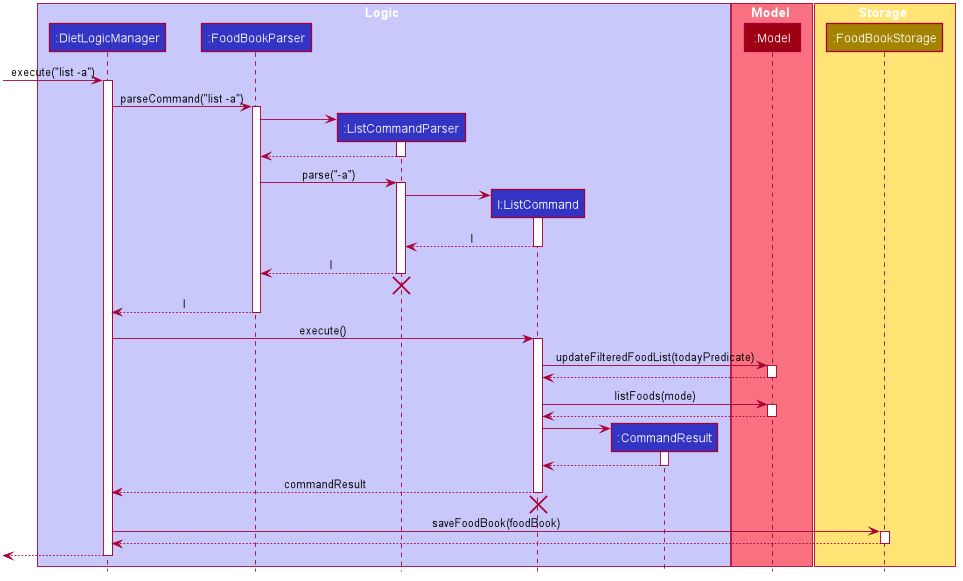
The PlantUML diagram images/DietTrackerListCommandAllSequenceDiagram.png in AY1920S2-CS2103T-W13-1/main, before a commit.
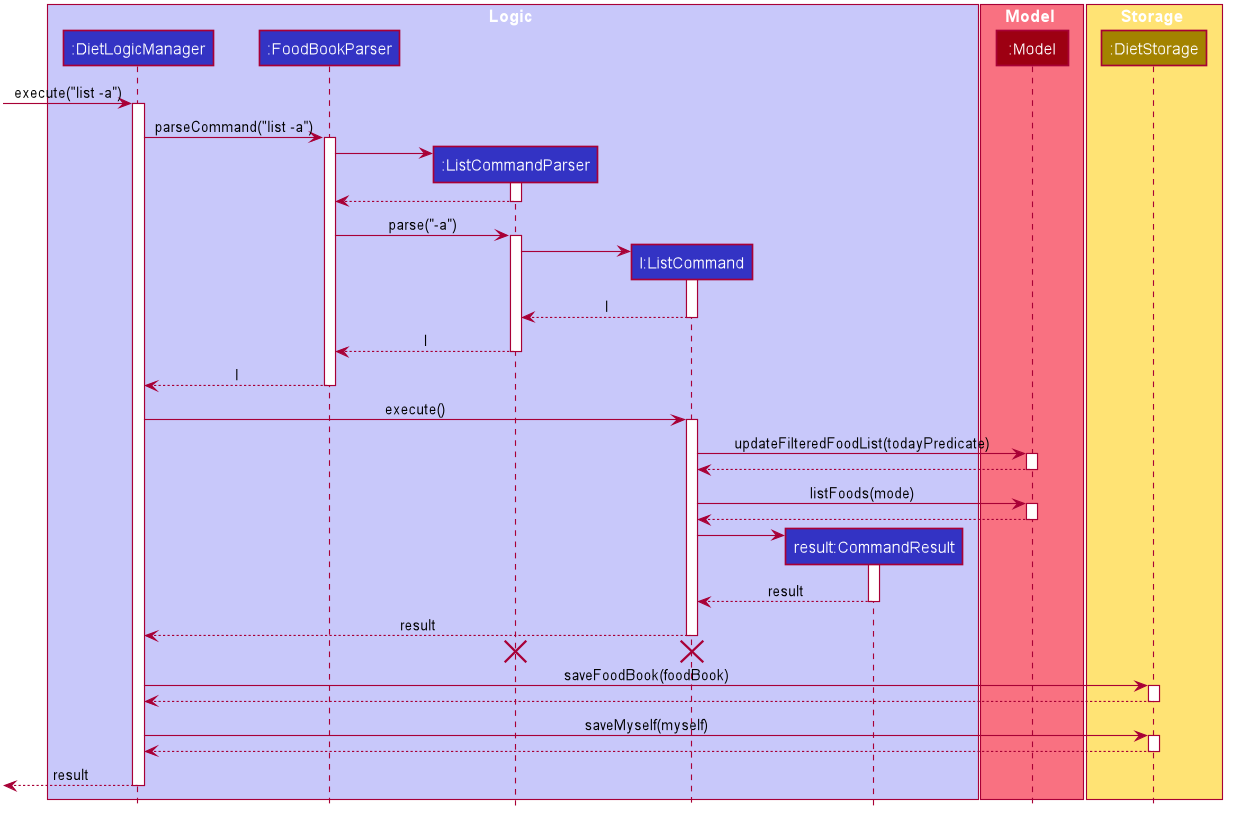
After the change.

What changed in the source:
```diff
@@ -54,7 +54,7 @@
 participant ":FoodBookParser" as FoodBookParser #3333C4
 participant ":ListCommandParser" as ListCommandParser #3333C4
 participant "l:ListCommand" as ListCommand #3333C4
-participant ":CommandResult" as CommandResult #3333C4
+participant "result:CommandResult" as CommandResult #3333C4
 end box
 
 box Model #F97181
@@ -62,7 +62,7 @@
 end box
 
 box Storage #FFE374
-participant ":FoodBookStorage" as FoodBookStorage #A38300
+participant ":DietStorage" as FoodBookStorage #A38300
 end box
 
 [-> LogicManager : execute("list -a")
@@ -91,8 +91,6 @@
 
 ListCommandParser --> FoodBookParser : l
 deactivate ListCommandParser
-ListCommandParser -[hidden]-> FoodBookParser
-destroy ListCommandParser
 
 FoodBookParser --> LogicManager : l
 deactivate FoodBookParser
@@ -116,14 +114,15 @@
 ListCommand -> CommandResult
 activate CommandResult
 
-CommandResult --> ListCommand
+CommandResult --> ListCommand : result
 deactivate CommandResult
 
-ListCommand --> LogicManager : commandResult
+ListCommand --> LogicManager : result
 deactivate ListCommand
 
 ListCommand -[hidden]-> LogicManager
 destroy ListCommand
+destroy ListCommandParser
 
 LogicManager -> FoodBookStorage : saveFoodBook(foodBook)
 activate FoodBookStorage
@@ -131,6 +130,12 @@
 FoodBookStorage --> LogicManager
 deactivate FoodBookStorage
 
-[<--LogicManager
+LogicManager -> FoodBookStorage : saveMyself(myself)
+activate FoodBookStorage
+
+FoodBookStorage --> LogicManager
+deactivate FoodBookStorage
+
+[<--LogicManager : result
 deactivate LogicManager
 @enduml
```
